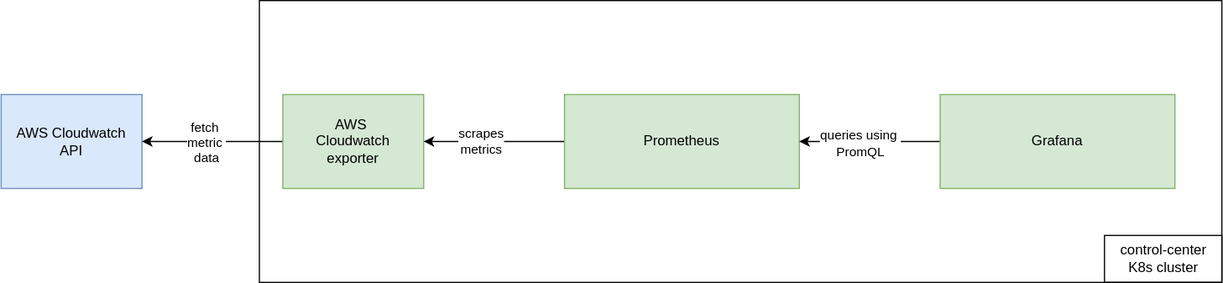
The draw.io diagram docs/monitoring/cloudwatch-integraton-architecture.svg in mojaloop/iac-modules, before a commit. Source tidied: cells renumbered, new cells last; positions are measured from the earlier drawing's top-left corner, leaving out a move shared by most shapes.
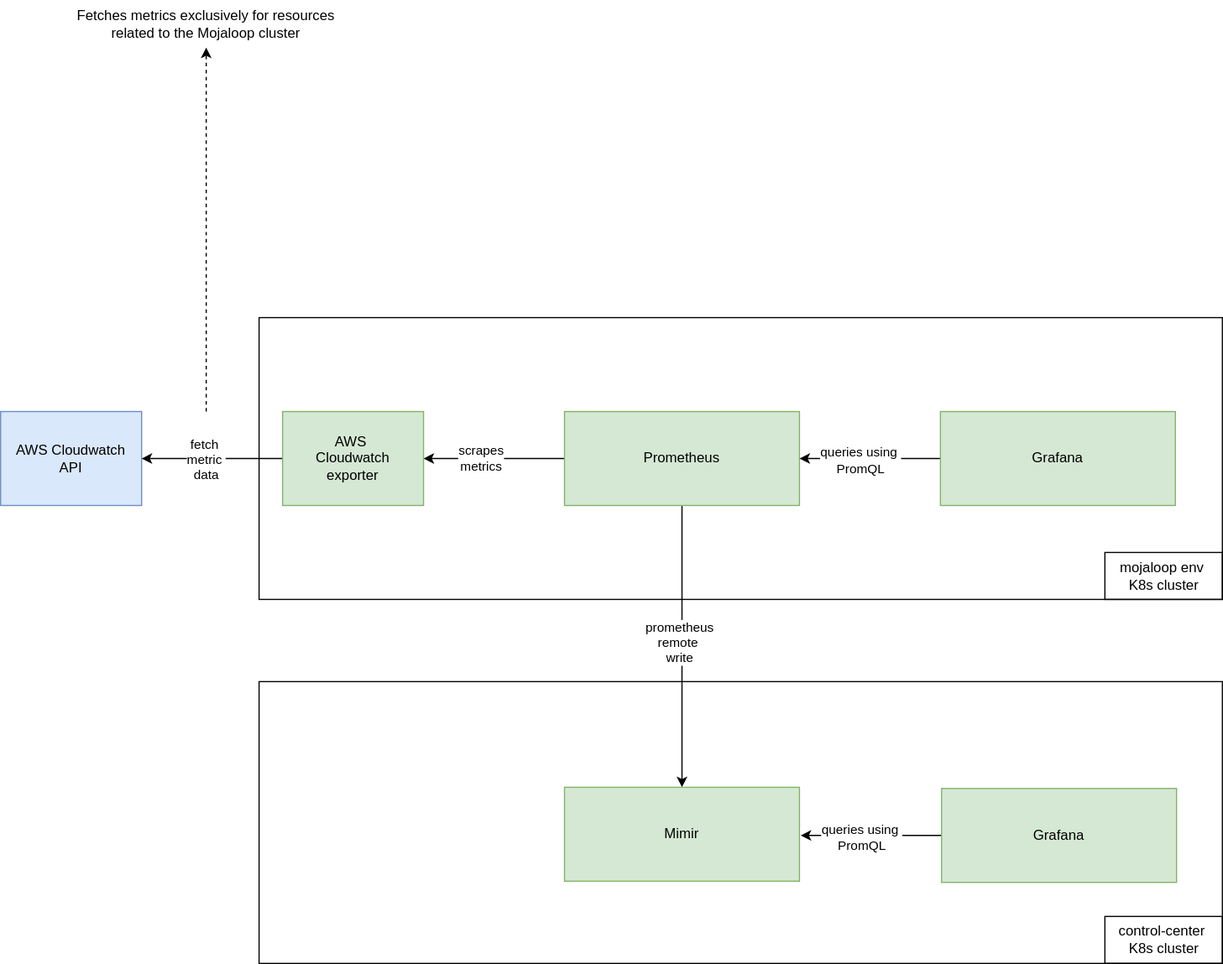
Above is the later version.

Commit message:
update cloud-watch-integration-arch

Change to the diagram source:
```diff
@@ -8,7 +8,7 @@
     <mxCell id="3" style="rounded=0;whiteSpace=wrap;html=1;fillColor=none;" parent="2" vertex="1">
       <mxGeometry width="820" height="240" as="geometry" />
     </mxCell>
-    <mxCell id="4" value="control-center&lt;div&gt;K8s cluster&lt;/div&gt;" style="text;html=1;align=center;verticalAlign=middle;strokeColor=default;fillColor=none;" parent="2" vertex="1">
+    <mxCell id="4" value="&lt;div&gt;mojaloop env&amp;nbsp;&lt;/div&gt;&lt;div&gt;K8s cluster&lt;/div&gt;" style="text;html=1;align=center;verticalAlign=middle;strokeColor=default;fillColor=none;" parent="2" vertex="1">
       <mxGeometry x="720" y="200" width="100" height="40" as="geometry" />
     </mxCell>
     <mxCell id="5" value="AWS Cloudwatch&lt;div&gt;API&lt;/div&gt;" style="rounded=0;whiteSpace=wrap;html=1;fillColor=#dae8fc;strokeColor=#6c8ebf;" parent="1" vertex="1">
@@ -29,6 +29,12 @@
     <mxCell id="10" value="scrapes&lt;div&gt;metrics&lt;/div&gt;" style="edgeLabel;html=1;align=center;verticalAlign=middle;" parent="9" vertex="1">
       <mxGeometry x="0.2" y="-1" relative="1" as="geometry" />
     </mxCell>
+    <mxCell id="15" style="edgeStyle=orthogonalEdgeStyle;rounded=0;jettySize=auto;html=1;exitX=0.5;exitY=1;exitDx=0;exitDy=0;entryX=0.5;entryY=0;entryDx=0;entryDy=0;" parent="1" edge="1" source="11" target="22">
+      <mxGeometry relative="1" as="geometry" />
+    </mxCell>
+    <mxCell id="16" value="&lt;div&gt;prometheus&lt;/div&gt;remote&amp;nbsp;&lt;div&gt;write&lt;/div&gt;" style="edgeLabel;html=1;align=center;verticalAlign=middle;" parent="15" vertex="1">
+      <mxGeometry x="-0.03" y="-3" relative="1" as="geometry" />
+    </mxCell>
     <mxCell id="11" value="Prometheus" style="rounded=0;whiteSpace=wrap;html=1;fillColor=#d5e8d4;strokeColor=#82b366;" parent="1" vertex="1">
       <mxGeometry x="480" y="80" width="200" height="80" as="geometry" />
     </mxCell>
@@ -41,5 +47,36 @@
     <mxCell id="14" value="Grafana" style="rounded=0;whiteSpace=wrap;html=1;fillColor=#d5e8d4;strokeColor=#82b366;" parent="1" vertex="1">
       <mxGeometry x="800" y="80" width="200" height="80" as="geometry" />
     </mxCell>
+    <mxCell id="17" value="Fetches metrics exclusively for resources related to the Mojaloop cluster" style="text;html=1;align=center;verticalAlign=middle;whiteSpace=wrap;rounded=0;strokeColor=none;" parent="1" vertex="1">
+      <mxGeometry x="60" y="-270" width="230" height="40" as="geometry" />
+    </mxCell>
+    <mxCell id="18" style="endArrow=classic;html=1;rounded=0;dashed=1;entryX=0.5;entryY=1;entryDx=0;entryDy=0;" parent="1" edge="1" target="17">
+      <mxGeometry relative="1" as="geometry">
+        <mxPoint x="175" y="80" as="sourcePoint" />
+      </mxGeometry>
+    </mxCell>
+    <mxCell id="19" style="group;" parent="1" vertex="1">
+      <mxGeometry x="220" y="310" width="820" height="240" as="geometry" />
+    </mxCell>
+    <mxCell id="20" style="rounded=0;whiteSpace=wrap;html=1;fillColor=none;" parent="19" vertex="1">
+      <mxGeometry width="820" height="240" as="geometry" />
+    </mxCell>
+    <mxCell id="21" value="&lt;div&gt;control-center&amp;nbsp;&lt;/div&gt;&lt;div&gt;K8s cluster&lt;/div&gt;" style="text;html=1;align=center;verticalAlign=middle;strokeColor=default;fillColor=none;" parent="19" vertex="1">
+      <mxGeometry x="720" y="200" width="100" height="40" as="geometry" />
+    </mxCell>
+    <mxCell id="22" value="Mimir" style="rounded=0;whiteSpace=wrap;html=1;fillColor=#d5e8d4;strokeColor=#82b366;" parent="19" vertex="1">
+      <mxGeometry x="260" y="90" width="200" height="80" as="geometry" />
+    </mxCell>
+    <mxCell id="23" style="edgeStyle=orthogonalEdgeStyle;rounded=0;jettySize=auto;html=1;exitX=0;exitY=0.5;exitDx=0;exitDy=0;" parent="1" edge="1" source="25">
+      <mxGeometry relative="1" as="geometry">
+        <mxPoint x="681" y="441" as="targetPoint" />
+      </mxGeometry>
+    </mxCell>
+    <mxCell id="24" value="queries using&amp;nbsp;&lt;div&gt;PromQL&lt;/div&gt;" style="edgeLabel;html=1;align=center;verticalAlign=middle;" parent="23" vertex="1">
+      <mxGeometry x="0.15" y="1" relative="1" as="geometry" />
+    </mxCell>
+    <mxCell id="25" value="Grafana" style="rounded=0;whiteSpace=wrap;html=1;fillColor=#d5e8d4;strokeColor=#82b366;" parent="1" vertex="1">
+      <mxGeometry x="801" y="401" width="200" height="80" as="geometry" />
+    </mxCell>
   </root>
 </mxGraphModel>
```
